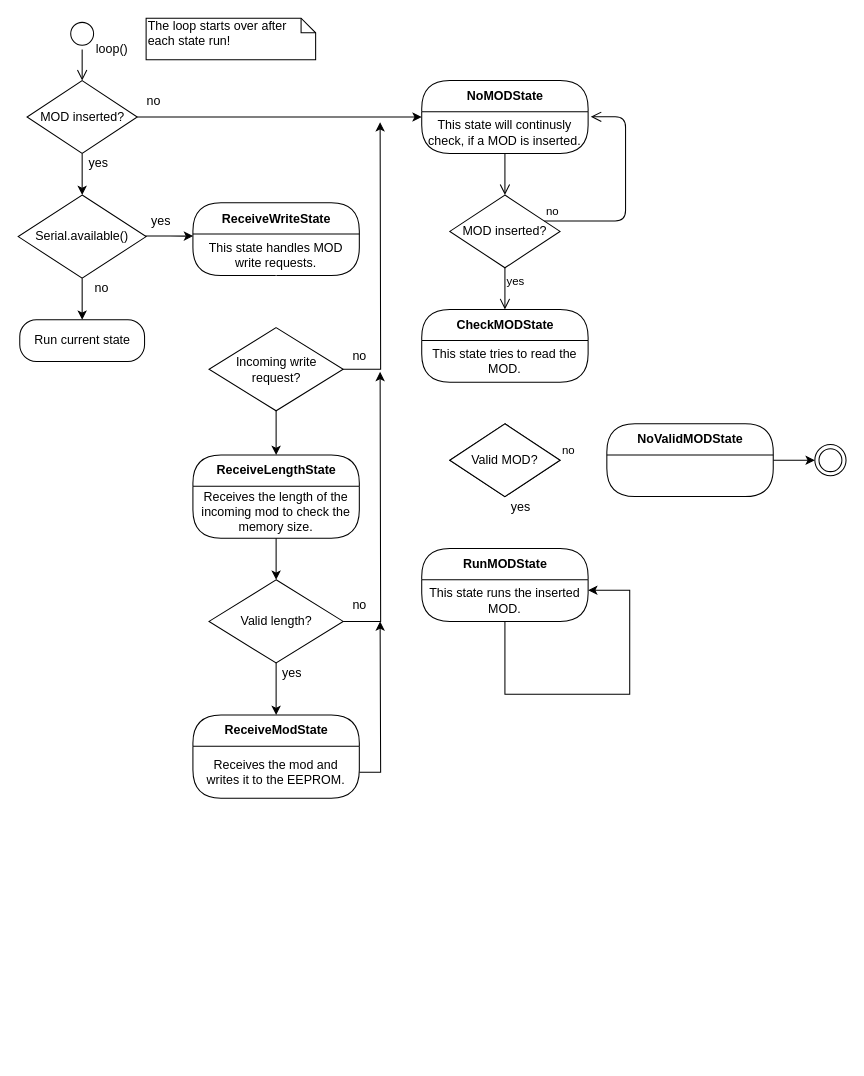
Earlier version of the draw.io diagram states.drawio (geaz/muRLi). Source tidied: cells renumbered, new cells numbered last; positions are measured from the earlier drawing's top-left corner, leaving out a move shared by most shapes. Both pictures are drawn from the tidied source at 104%, with x=0, y=0 at pixel (18, 18).
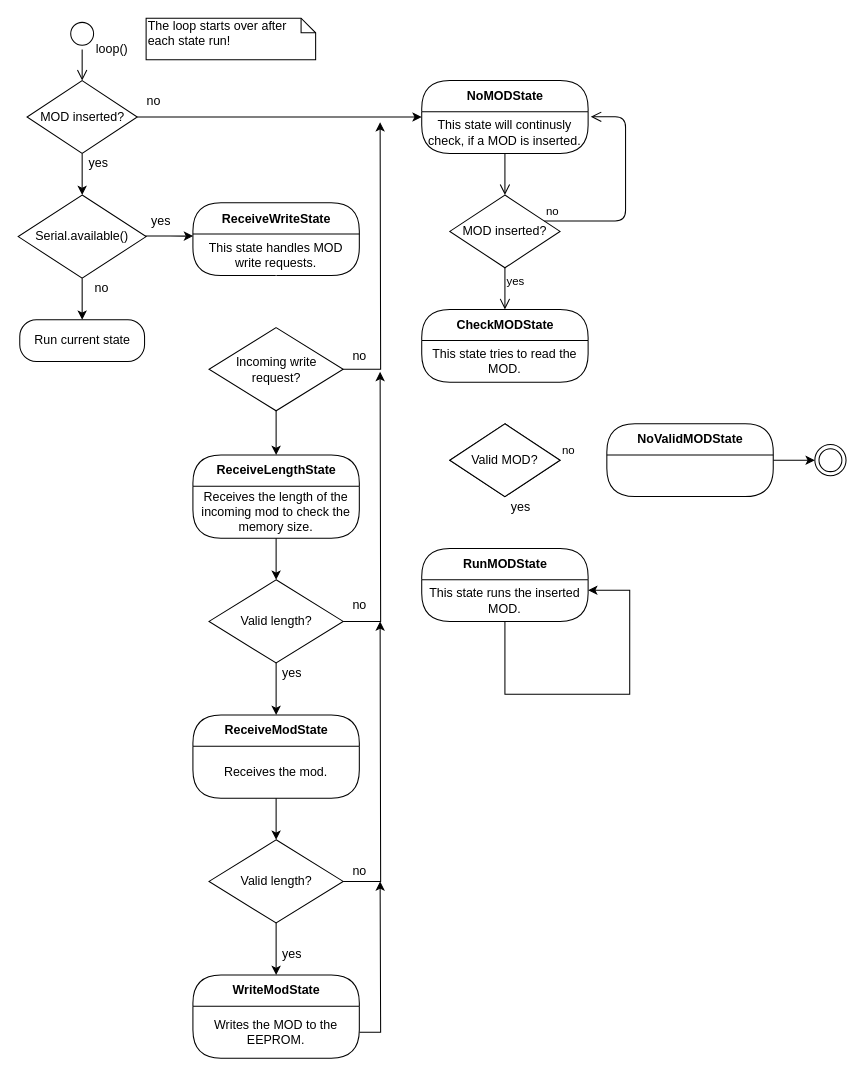
The same page after the edit.

The change refers to these unchanged cells:
```xml
<mxCell id="51" value="ReceiveModState" style="swimlane;html=1;fontStyle=1;align=center;verticalAlign=middle;horizontal=1;startSize=30;rounded=1;arcSize=30;swimlaneFillColor=#FFFFFF;" parent="1" vertex="1">
  <mxGeometry x="168" y="670" width="160" height="80" as="geometry" />
</mxCell>
```

The edit, as a diff of the source:
```diff
@@
-    <mxCell id="52" value="Receives the mod and writes it to the EEPROM." style="text;html=1;strokeColor=none;fillColor=none;align=center;verticalAlign=middle;spacingLeft=4;spacingRight=4;whiteSpace=wrap;overflow=hidden;fontColor=#000000;" parent="51" vertex="1">
+    <mxCell id="52" value="Receives the mod." style="text;html=1;strokeColor=none;fillColor=none;align=center;verticalAlign=middle;spacingLeft=4;spacingRight=4;whiteSpace=wrap;overflow=hidden;fontColor=#000000;" parent="51" vertex="1">
       <mxGeometry y="30" width="160" height="50" as="geometry" />
     </mxCell>
@@
-    <mxCell id="54" style="edgeStyle=orthogonalEdgeStyle;rounded=0;jettySize=auto;html=1;" parent="1" edge="1" source="52">
-      <mxGeometry relative="1" as="geometry">
-        <mxPoint x="348" y="580" as="targetPoint" />
-      </mxGeometry>
-    </mxCell>
@@
+    <mxCell id="56" style="edgeStyle=orthogonalEdgeStyle;rounded=0;jettySize=auto;html=1;entryX=0.5;entryY=0;entryDx=0;entryDy=0;" parent="1" edge="1" source="58" target="63">
+      <mxGeometry relative="1" as="geometry" />
+    </mxCell>
+    <mxCell id="57" style="edgeStyle=orthogonalEdgeStyle;rounded=0;jettySize=auto;html=1;" parent="1" edge="1" source="58">
+      <mxGeometry relative="1" as="geometry">
+        <mxPoint x="348" y="580" as="targetPoint" />
+      </mxGeometry>
+    </mxCell>
+    <mxCell id="58" value="Valid length?" style="rhombus;whiteSpace=wrap;html=1;" parent="1" vertex="1">
+      <mxGeometry x="183.5" y="790" width="129" height="80" as="geometry" />
+    </mxCell>
+    <mxCell id="59" style="edgeStyle=orthogonalEdgeStyle;rounded=0;jettySize=auto;html=1;" parent="1" edge="1" source="52" target="58">
+      <mxGeometry relative="1" as="geometry" />
+    </mxCell>
+    <mxCell id="60" value="no" style="text;html=1;align=center;verticalAlign=middle;" parent="1" vertex="1">
+      <mxGeometry x="312.5" y="810" width="30" height="20" as="geometry" />
+    </mxCell>
+    <mxCell id="61" style="edgeStyle=orthogonalEdgeStyle;rounded=0;jettySize=auto;html=1;" parent="1" edge="1" source="64">
+      <mxGeometry relative="1" as="geometry">
+        <mxPoint x="348" y="830" as="targetPoint" />
+      </mxGeometry>
+    </mxCell>
+    <mxCell id="62" value="yes" style="text;html=1;align=center;verticalAlign=middle;" parent="1" vertex="1">
+      <mxGeometry x="248" y="890" width="30" height="20" as="geometry" />
+    </mxCell>
+    <mxCell id="63" value="WriteModState" style="swimlane;html=1;fontStyle=1;align=center;verticalAlign=middle;horizontal=1;startSize=30;rounded=1;arcSize=30;swimlaneFillColor=#FFFFFF;" parent="1" vertex="1">
+      <mxGeometry x="168" y="920" width="160" height="80" as="geometry" />
+    </mxCell>
+    <mxCell id="64" value="Writes the MOD to the EEPROM." style="text;html=1;strokeColor=none;fillColor=none;align=center;verticalAlign=middle;spacingLeft=4;spacingRight=4;whiteSpace=wrap;overflow=hidden;fontColor=#000000;" parent="63" vertex="1">
+      <mxGeometry y="30" width="160" height="50" as="geometry" />
+    </mxCell>
```
